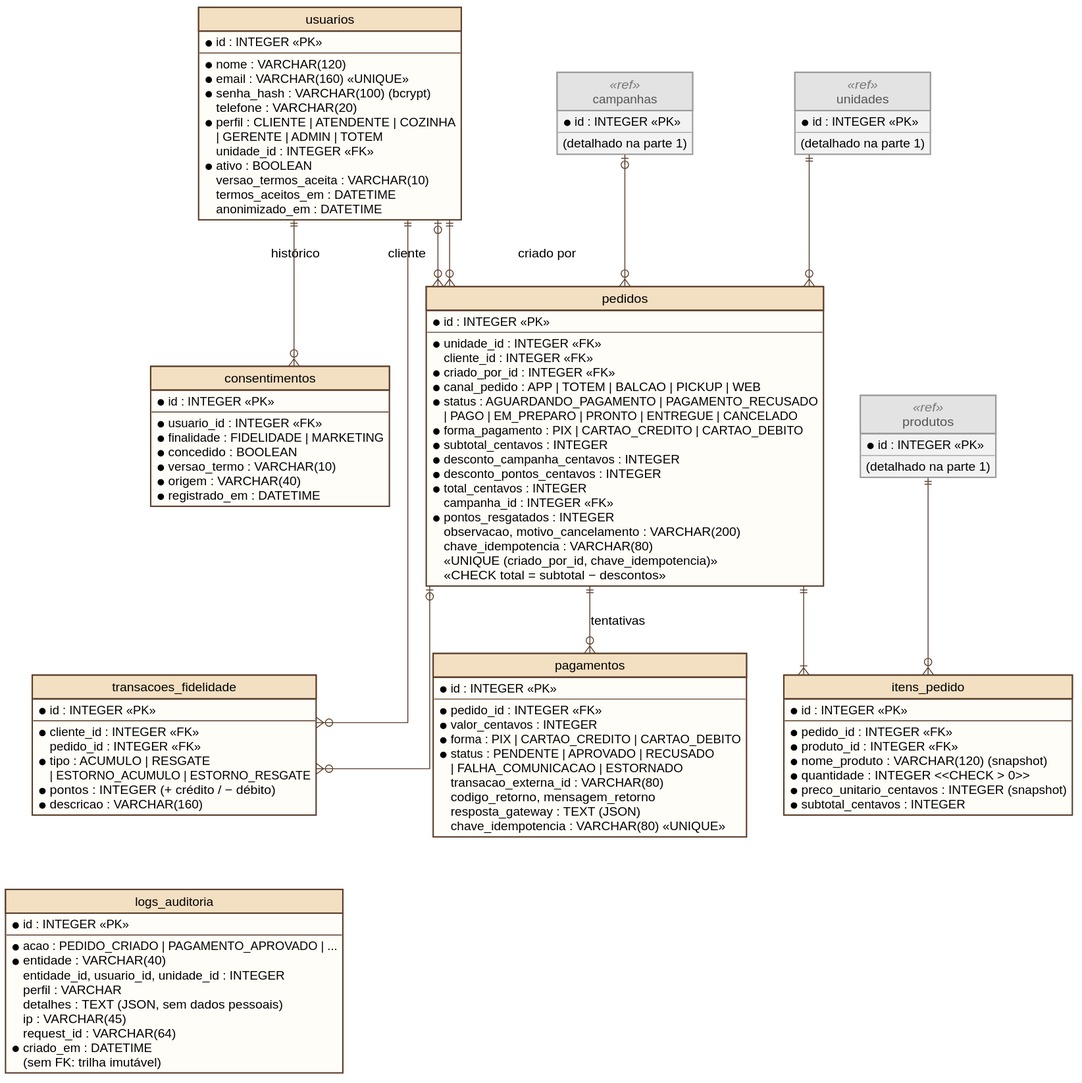
Above: docs/diagramas/02b-der-pedidos-pagamentos.svg in alves-jp/raizes-do-nordeste-api (PlantUML), before the change.
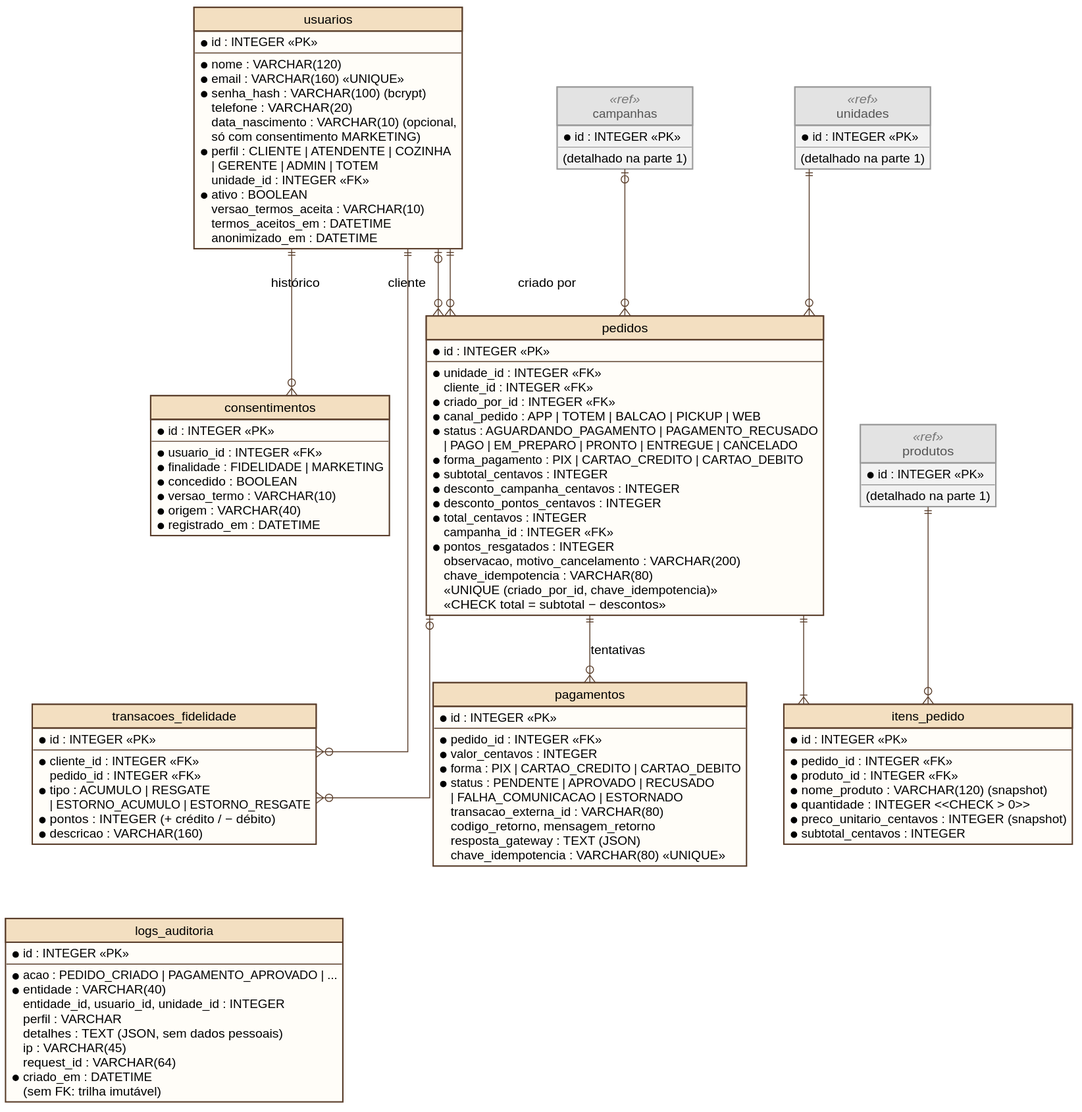
The same diagram one commit later.

Change to the diagram source:
```diff
@@ -25,6 +25,8 @@
   * email : VARCHAR(160) <<UNIQUE>>
   * senha_hash : VARCHAR(100) (bcrypt)
   telefone : VARCHAR(20)
+  data_nascimento : VARCHAR(10) (opcional,
+    só com consentimento MARKETING)
   * perfil : CLIENTE | ATENDENTE | COZINHA
     | GERENTE | ADMIN | TOTEM
   unidade_id : INTEGER <<FK>>
```
